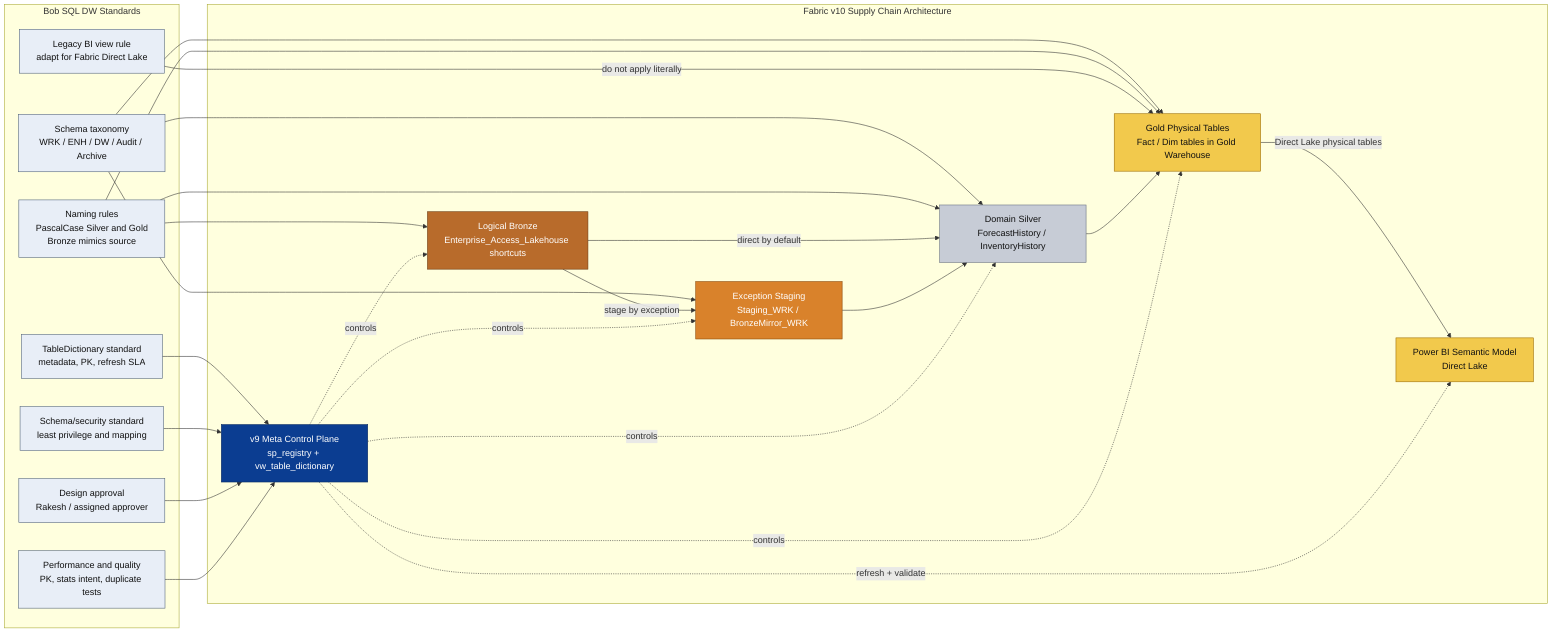
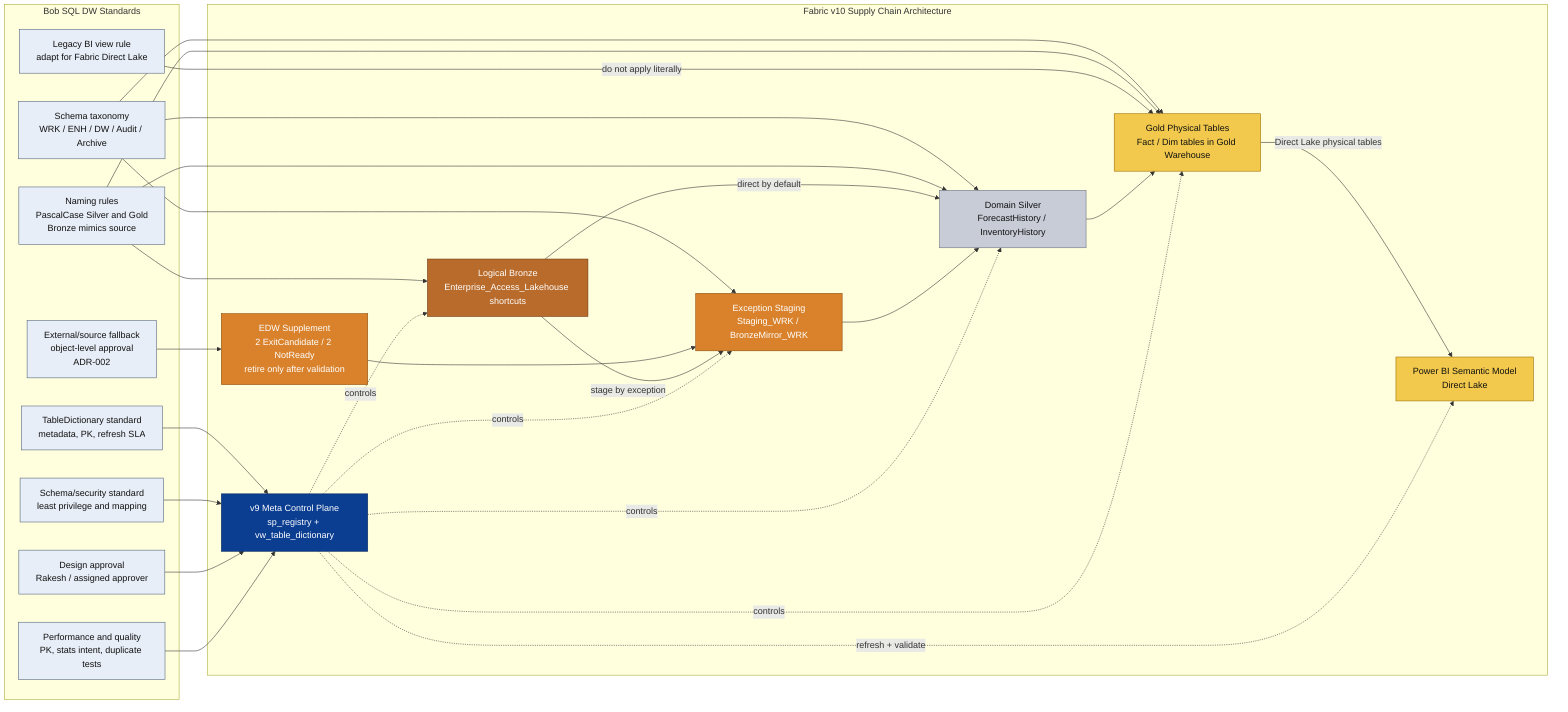
flowchart LR
    subgraph BOB["Bob SQL DW Standards"]
        SCH["Schema taxonomy<br/>WRK / ENH / DW / Audit / Archive"]
        NAM["Naming rules<br/>PascalCase Silver and Gold<br/>Bronze mimics source"]
        TD["TableDictionary standard<br/>metadata, PK, refresh SLA"]
        SEC["Schema/security standard<br/>least privilege and mapping"]
        GOV["Design approval<br/>Rakesh / assigned approver"]
        BI["Legacy BI view rule<br/>adapt for Fabric Direct Lake"]
        PERF["Performance and quality<br/>PK, stats intent, duplicate tests"]
+         EDWSTD["External/source fallback<br/>object-level approval<br/>ADR-002"]
    end

    subgraph V10["Fabric v10 Supply Chain Architecture"]
        BRZ["Logical Bronze<br/>Enterprise_Access_Lakehouse shortcuts"]
        WRK["Exception Staging<br/>Staging_WRK / BronzeMirror_WRK"]
+         EDW["EDW Supplement<br/>2 ExitCandidate / 2 NotReady<br/>retire only after validation"]
        ENH["Domain Silver<br/>ForecastHistory / InventoryHistory"]
        GWD["Gold Physical Tables<br/>Fact / Dim tables in Gold Warehouse"]
        SEM["Power BI Semantic Model<br/>Direct Lake"]
        META["v9 Meta Control Plane<br/>sp_registry + vw_table_dictionary"]
    end

    SCH --> WRK
    SCH --> ENH
    SCH --> GWD
    NAM --> BRZ
    NAM --> ENH
    NAM --> GWD
    TD --> META
    SEC --> META
    GOV --> META
    PERF --> META
+     EDWSTD --> EDW
+     EDW --> WRK
    BI -->|"do not apply literally"| GWD
    GWD -->|"Direct Lake physical tables"| SEM
    BRZ -->|"direct by default"| ENH
    BRZ -->|"stage by exception"| WRK
    WRK --> ENH
    ENH --> GWD
    META -.controls.-> BRZ
    META -.controls.-> WRK
    META -.controls.-> ENH
    META -.controls.-> GWD
    META -.refresh + validate.-> SEM

-     class SCH,NAM,TD,SEC,GOV,BI,PERF standard
+     class SCH,NAM,TD,SEC,GOV,BI,PERF,EDWSTD standard
    class BRZ bronze
-     class WRK staging
+     class WRK,EDW staging
    class ENH silver
    class GWD,SEM gold
    class META control

    classDef standard fill:#E8EEF7,stroke:#50627A,color:#111111
    classDef bronze fill:#B86B2B,stroke:#6B3A12,color:#FFFFFF
    classDef staging fill:#D9822B,stroke:#8A4A0A,color:#FFFFFF
    classDef silver fill:#C7CCD6,stroke:#687080,color:#111111
    classDef gold fill:#F2C94C,stroke:#9A6B00,color:#111111
    classDef control fill:#0B3D91,stroke:#06275F,color:#FFFFFF
